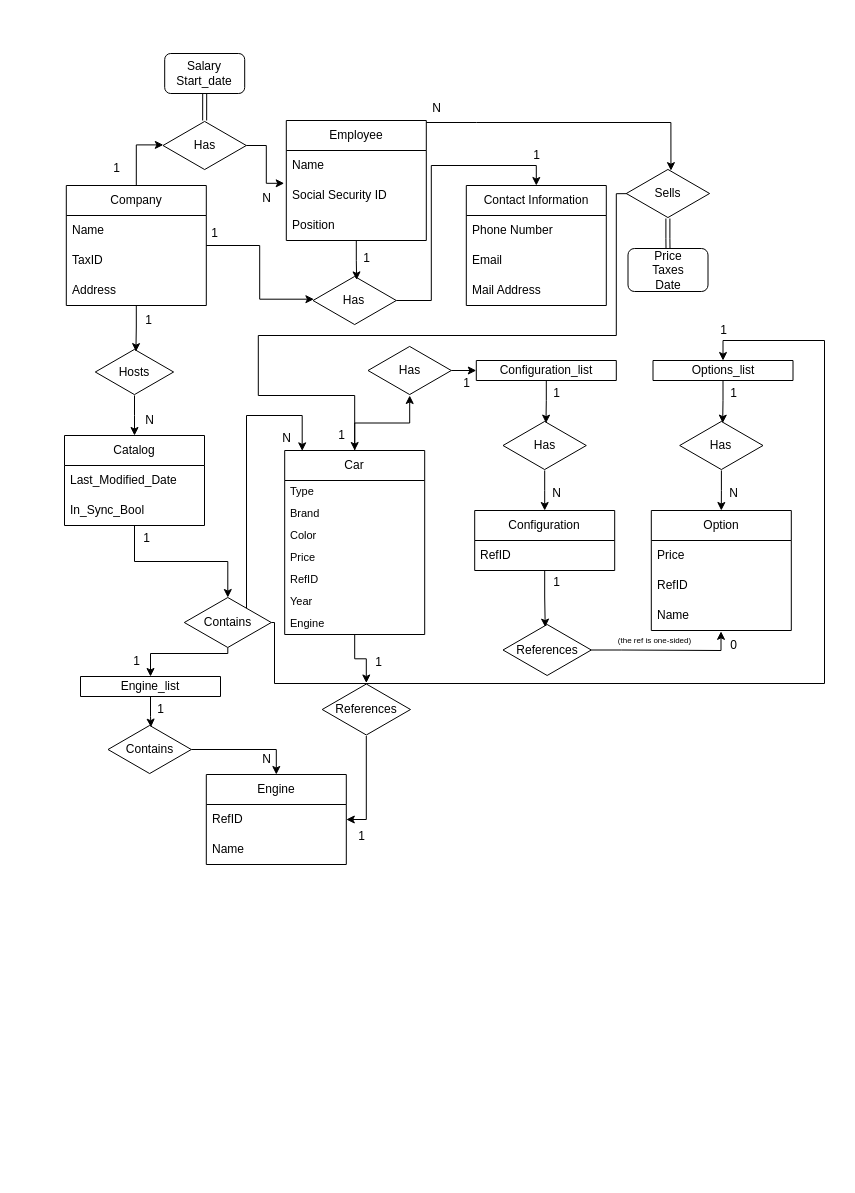
This is Untitled Diagram.drawio from Solips1sm/ue113, a draw.io file, before an edit. Source tidied: cells renumbered, new cells numbered last; positions are measured from the earlier drawing's top-left corner, leaving out a move shared by most shapes. Both pictures are drawn from the tidied source at 100%, with x=0, y=0 at pixel (64, 53).
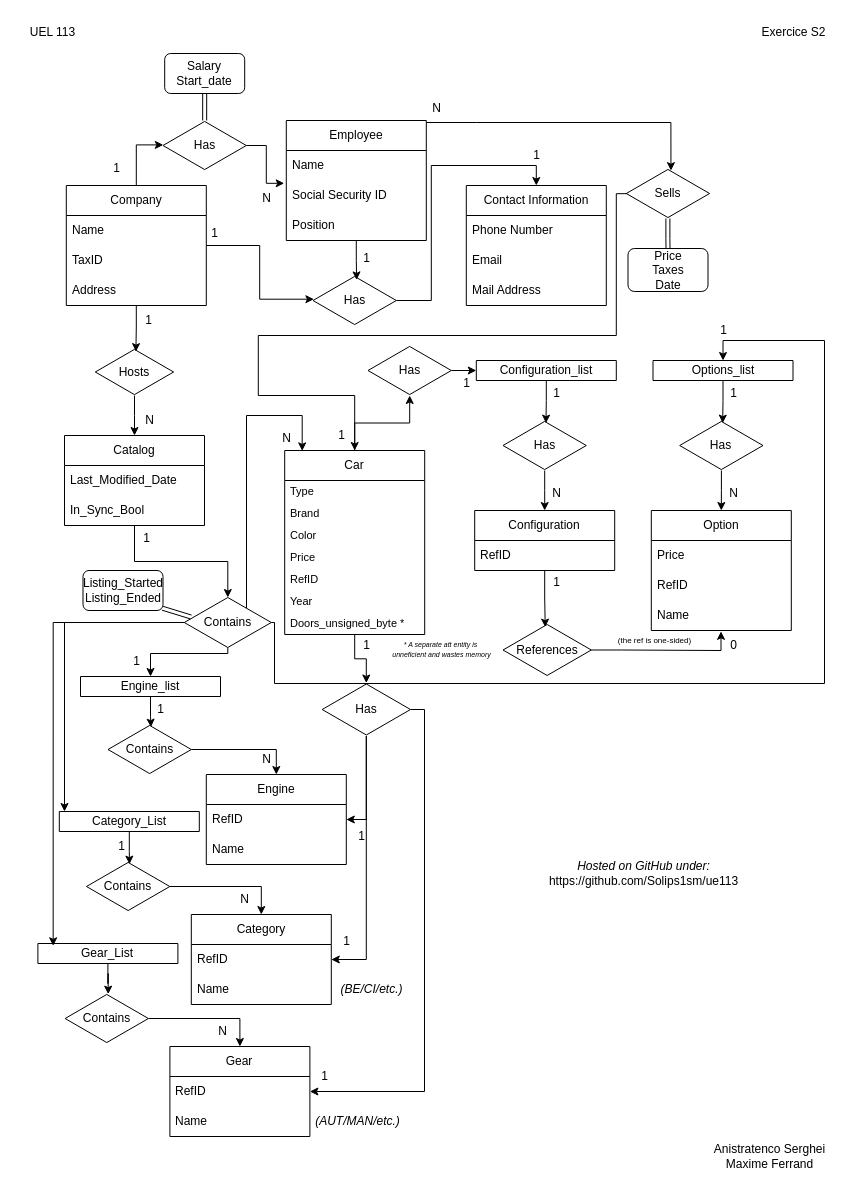
After the change.

Unchanged cells that the change refers to:
```xml
<mxCell id="11" value="Car" style="swimlane;fontStyle=0;horizontal=1;startSize=30;whiteSpace=wrap;html=1;" parent="1" vertex="1">
  <mxGeometry x="220.2" y="397" width="140" height="184" as="geometry" />
</mxCell>
<mxCell id="68" value="Contains" style="rhombus;whiteSpace=wrap;html=1;" parent="1" vertex="1">
  <mxGeometry x="119.8" y="544" width="87" height="50" as="geometry" />
</mxCell>
```

Diff of the diagram source:
```diff
@@
-    <mxCell id="18" value="Engine" style="text;strokeColor=none;fillColor=none;align=left;verticalAlign=middle;spacingLeft=4;spacingRight=4;overflow=hidden;whiteSpace=wrap;html=1;strokeWidth=1;fontSize=11;" parent="11" vertex="1">
-      <mxGeometry y="162" width="140" height="22" as="geometry" />
-    </mxCell>
+    <mxCell id="102" value="Doors_unsigned_byte *" style="text;strokeColor=none;fillColor=none;align=left;verticalAlign=middle;spacingLeft=4;spacingRight=4;overflow=hidden;whiteSpace=wrap;html=1;strokeWidth=1;fontSize=11;" parent="11" vertex="1">
+      <mxGeometry y="162" width="140" height="22" as="geometry" />
+    </mxCell>
@@
+    <mxCell id="103" style="edgeStyle=orthogonalEdgeStyle;rounded=0;jettySize=auto;html=1;" parent="1" edge="1" source="68" target="106">
+      <mxGeometry relative="1" as="geometry">
+        <Array as="points">
+          <mxPoint y="569" />
+        </Array>
+      </mxGeometry>
+    </mxCell>
@@
+    <mxCell id="104" style="edgeStyle=orthogonalEdgeStyle;rounded=0;jettySize=auto;html=1;entryX=1;entryY=0.5;entryDx=0;entryDy=0;" parent="1" edge="1" source="98" target="113">
+      <mxGeometry relative="1" as="geometry" />
+    </mxCell>
+    <mxCell id="105" style="edgeStyle=orthogonalEdgeStyle;rounded=0;jettySize=auto;html=1;entryX=1;entryY=0.5;entryDx=0;entryDy=0;" parent="1" edge="1" source="98" target="121">
+      <mxGeometry relative="1" as="geometry">
+        <Array as="points">
+          <mxPoint x="360" y="656" />
+          <mxPoint x="360" y="1038" />
+        </Array>
+      </mxGeometry>
+    </mxCell>
-    <mxCell id="98" value="References" style="html=1;whiteSpace=wrap;shape=isoRectangle;" parent="1" vertex="1">
+    <mxCell id="98" value="&lt;div&gt;Has&lt;/div&gt;" style="html=1;whiteSpace=wrap;shape=isoRectangle;" parent="1" vertex="1">
       <mxGeometry x="257.7" y="629.5" width="88.3" height="53" as="geometry" />
     </mxCell>
     <mxCell id="99" value="1" style="text;html=1;align=center;verticalAlign=middle;strokeColor=none;fillColor=none;" parent="1" vertex="1">
-      <mxGeometry x="299" y="594" width="30" height="30" as="geometry" />
+      <mxGeometry x="286.8" y="577" width="30" height="30" as="geometry" />
     </mxCell>
@@
+    <mxCell id="106" value="Category_List" style="swimlane;fontStyle=0;horizontal=1;startSize=30;whiteSpace=wrap;html=1;" parent="1" vertex="1">
+      <mxGeometry x="-5.2" y="758" width="140" height="20" as="geometry" />
+    </mxCell>
+    <mxCell id="107" style="edgeStyle=orthogonalEdgeStyle;rounded=0;jettySize=auto;html=1;entryX=0.5;entryY=0;entryDx=0;entryDy=0;" parent="1" edge="1" source="108" target="112">
+      <mxGeometry relative="1" as="geometry" />
+    </mxCell>
+    <mxCell id="108" value="Contains" style="html=1;whiteSpace=wrap;shape=isoRectangle;" parent="1" vertex="1">
+      <mxGeometry x="22" y="808" width="83.3" height="50" as="geometry" />
+    </mxCell>
+    <mxCell id="109" style="edgeStyle=orthogonalEdgeStyle;rounded=0;jettySize=auto;html=1;entryX=0.516;entryY=0.053;entryDx=0;entryDy=0;entryPerimeter=0;" parent="1" edge="1" source="106" target="108">
+      <mxGeometry relative="1" as="geometry" />
+    </mxCell>
+    <mxCell id="110" value="1" style="text;html=1;align=center;verticalAlign=middle;strokeColor=none;fillColor=none;" parent="1" vertex="1">
+      <mxGeometry x="42.3" y="778" width="30" height="30" as="geometry" />
+    </mxCell>
+    <mxCell id="111" value="N" style="text;html=1;align=center;verticalAlign=middle;strokeColor=none;fillColor=none;" parent="1" vertex="1">
+      <mxGeometry x="164.8" y="831" width="30" height="30" as="geometry" />
+    </mxCell>
+    <mxCell id="112" value="Category" style="swimlane;fontStyle=0;horizontal=1;startSize=30;whiteSpace=wrap;html=1;" parent="1" vertex="1">
+      <mxGeometry x="126.8" y="861" width="140" height="90" as="geometry" />
+    </mxCell>
+    <mxCell id="113" value="RefID" style="text;strokeColor=none;fillColor=none;align=left;verticalAlign=middle;spacingLeft=4;spacingRight=4;overflow=hidden;points=[[0,0.5],[1,0.5]];portConstraint=eastwest;whiteSpace=wrap;html=1;" parent="112" vertex="1">
+      <mxGeometry y="30" width="140" height="30" as="geometry" />
+    </mxCell>
+    <mxCell id="114" value="Name" style="text;strokeColor=none;fillColor=none;align=left;verticalAlign=middle;spacingLeft=4;spacingRight=4;overflow=hidden;whiteSpace=wrap;html=1;" parent="112" vertex="1">
+      <mxGeometry y="60" width="140" height="30" as="geometry" />
+    </mxCell>
+    <mxCell id="115" value="&lt;i&gt;(BE/CI/etc.)&lt;/i&gt;" style="text;html=1;align=center;verticalAlign=middle;strokeColor=none;fillColor=none;" parent="1" vertex="1">
+      <mxGeometry x="261.8" y="921" width="90" height="30" as="geometry" />
+    </mxCell>
+    <mxCell id="116" value="Gear_List" style="swimlane;fontStyle=0;horizontal=1;startSize=30;whiteSpace=wrap;html=1;" parent="1" vertex="1">
+      <mxGeometry x="-26.6" y="890" width="140" height="20" as="geometry" />
+    </mxCell>
+    <mxCell id="117" style="edgeStyle=orthogonalEdgeStyle;rounded=0;jettySize=auto;html=1;entryX=0.5;entryY=0;entryDx=0;entryDy=0;" parent="1" edge="1" source="118" target="120">
+      <mxGeometry relative="1" as="geometry" />
+    </mxCell>
+    <mxCell id="118" value="Contains" style="html=1;whiteSpace=wrap;shape=isoRectangle;" parent="1" vertex="1">
+      <mxGeometry x="0.6" y="940" width="83.3" height="50" as="geometry" />
+    </mxCell>
+    <mxCell id="119" value="N" style="text;html=1;align=center;verticalAlign=middle;strokeColor=none;fillColor=none;" parent="1" vertex="1">
+      <mxGeometry x="143.4" y="963" width="30" height="30" as="geometry" />
+    </mxCell>
+    <mxCell id="120" value="Gear" style="swimlane;fontStyle=0;horizontal=1;startSize=30;whiteSpace=wrap;html=1;" parent="1" vertex="1">
+      <mxGeometry x="105.4" y="993" width="140" height="90" as="geometry" />
+    </mxCell>
+    <mxCell id="121" value="RefID" style="text;strokeColor=none;fillColor=none;align=left;verticalAlign=middle;spacingLeft=4;spacingRight=4;overflow=hidden;points=[[0,0.5],[1,0.5]];portConstraint=eastwest;whiteSpace=wrap;html=1;" parent="120" vertex="1">
+      <mxGeometry y="30" width="140" height="30" as="geometry" />
+    </mxCell>
+    <mxCell id="122" value="Name" style="text;strokeColor=none;fillColor=none;align=left;verticalAlign=middle;spacingLeft=4;spacingRight=4;overflow=hidden;whiteSpace=wrap;html=1;" parent="120" vertex="1">
+      <mxGeometry y="60" width="140" height="30" as="geometry" />
+    </mxCell>
+    <mxCell id="123" value="&lt;i&gt;(AUT/MAN/etc.)&lt;/i&gt;" style="text;html=1;align=center;verticalAlign=middle;strokeColor=none;fillColor=none;" parent="1" vertex="1">
+      <mxGeometry x="237.7" y="1053" width="110" height="30" as="geometry" />
+    </mxCell>
+    <mxCell id="124" style="edgeStyle=orthogonalEdgeStyle;rounded=0;jettySize=auto;html=1;entryX=0.517;entryY=0.013;entryDx=0;entryDy=0;entryPerimeter=0;" parent="1" edge="1" source="116" target="118">
+      <mxGeometry relative="1" as="geometry" />
+    </mxCell>
+    <mxCell id="125" style="edgeStyle=orthogonalEdgeStyle;rounded=0;jettySize=auto;html=1;entryX=0.109;entryY=0.117;entryDx=0;entryDy=0;entryPerimeter=0;" parent="1" edge="1" source="68" target="116">
+      <mxGeometry relative="1" as="geometry">
+        <Array as="points">
+          <mxPoint x="-11" y="569" />
+        </Array>
+      </mxGeometry>
+    </mxCell>
+    <mxCell id="126" value="1" style="text;html=1;align=center;verticalAlign=middle;strokeColor=none;fillColor=none;" parent="1" vertex="1">
+      <mxGeometry x="267" y="873" width="30" height="30" as="geometry" />
+    </mxCell>
+    <mxCell id="127" value="1" style="text;html=1;align=center;verticalAlign=middle;strokeColor=none;fillColor=none;" parent="1" vertex="1">
+      <mxGeometry x="245" y="1008" width="30" height="30" as="geometry" />
+    </mxCell>
+    <mxCell id="128" value="&lt;div&gt;Listing_Started&lt;/div&gt;&lt;div&gt;Listing_Ended&lt;/div&gt;" style="rounded=1;whiteSpace=wrap;html=1;" parent="1" vertex="1">
+      <mxGeometry x="18.5" y="517" width="80" height="40" as="geometry" />
+    </mxCell>
+    <mxCell id="129" style="rounded=0;jettySize=auto;html=1;entryX=0.077;entryY=0.39;entryDx=0;entryDy=0;entryPerimeter=0;shape=link;exitX=0.993;exitY=0.943;exitDx=0;exitDy=0;exitPerimeter=0;" parent="1" edge="1" source="128" target="68">
+      <mxGeometry relative="1" as="geometry" />
+    </mxCell>
+    <mxCell id="130" value="&lt;div&gt;&lt;font style=&quot;font-size: 7px;&quot;&gt;&lt;i&gt;* A separate att entity is&amp;nbsp;&lt;/i&gt;&lt;/font&gt;&lt;/div&gt;&lt;div&gt;&lt;font style=&quot;font-size: 7px;&quot;&gt;&lt;i&gt;unneficient and wastes memory&lt;/i&gt;&lt;/font&gt;&lt;/div&gt;" style="text;html=1;align=center;verticalAlign=middle;strokeColor=none;fillColor=none;fontSize=8;" parent="1" vertex="1">
+      <mxGeometry x="316.8" y="581" width="120" height="30" as="geometry" />
+    </mxCell>
+    <mxCell id="131" value="UEL 113" style="text;html=1;align=center;verticalAlign=middle;strokeColor=none;fillColor=none;" parent="1" vertex="1">
+      <mxGeometry x="-47" y="-36" width="70" height="30" as="geometry" />
+    </mxCell>
+    <mxCell id="132" value="Exercice S2" style="text;html=1;align=center;verticalAlign=middle;strokeColor=none;fillColor=none;" parent="1" vertex="1">
+      <mxGeometry x="683.5" y="-36" width="90" height="30" as="geometry" />
+    </mxCell>
+    <mxCell id="133" value="&lt;div&gt;Anistratenco Serghei&lt;/div&gt;&lt;div&gt;Maxime Ferrand&lt;/div&gt;" style="text;html=1;align=center;verticalAlign=middle;strokeColor=none;fillColor=none;" parent="1" vertex="1">
+      <mxGeometry x="640" y="1083" width="130" height="40" as="geometry" />
+    </mxCell>
+    <mxCell id="134" value="&lt;div&gt;&lt;i&gt;&lt;br&gt;&lt;/i&gt;&lt;/div&gt;&lt;div&gt;&lt;i&gt;&lt;br&gt;&lt;/i&gt;&lt;/div&gt;&lt;div&gt;&lt;i&gt;&lt;br&gt;&lt;/i&gt;&lt;/div&gt;&lt;div&gt;&lt;i&gt;Hosted on GitHub under:&lt;/i&gt;&lt;/div&gt;&lt;div&gt;https://github.com/Solips1sm/ue113&lt;/div&gt;&lt;div&gt;&lt;br&gt;&lt;/div&gt;&lt;div&gt;&lt;br&gt;&lt;/div&gt;" style="text;html=1;align=center;verticalAlign=middle;strokeColor=none;fillColor=none;" parent="1" vertex="1">
+      <mxGeometry x="473.5" y="758" width="210" height="110" as="geometry" />
+    </mxCell>
```
